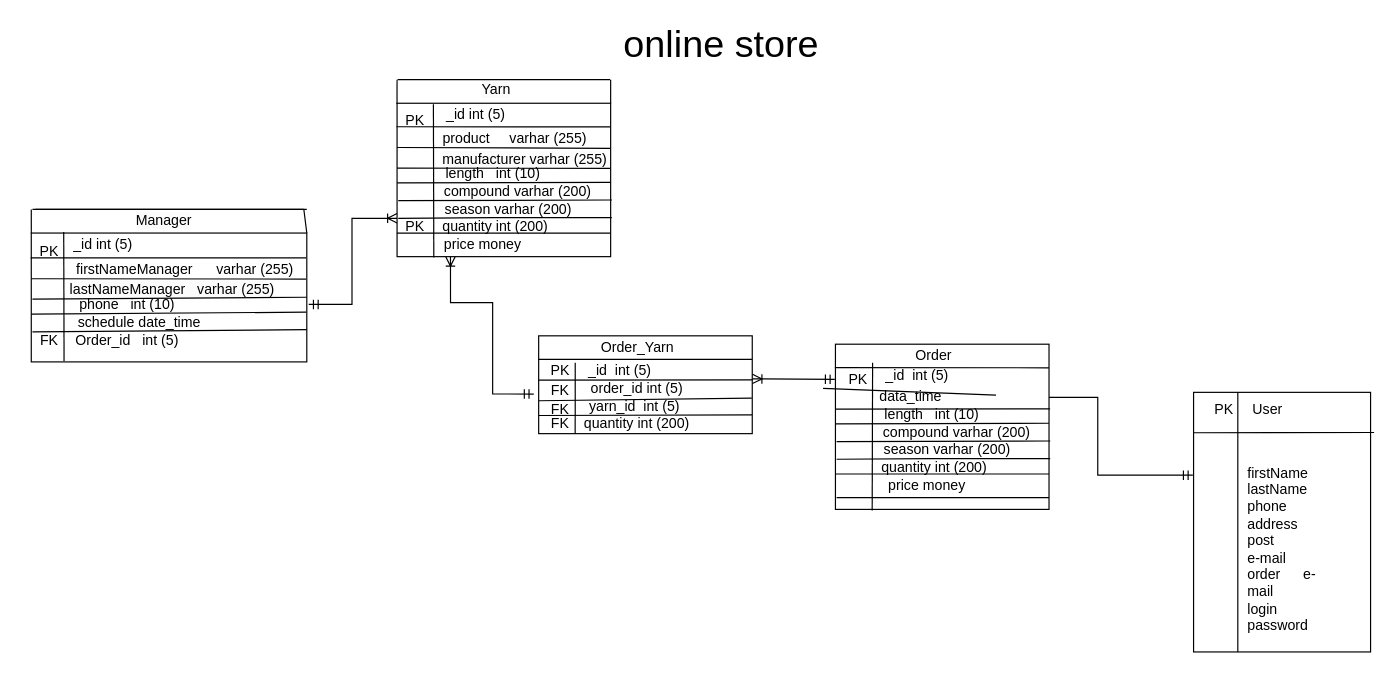
TetianaAvd/Lesson1 keeps this draw.io diagram as online store_study.drawio. Above is the earlier version. Source tidied: cells renumbered, new cells numbered last; positions are measured from the earlier drawing's top-left corner, leaving out a move shared by most shapes. Both pictures are drawn from the tidied source at 118%, with x=0, y=0 at pixel (20, 20).
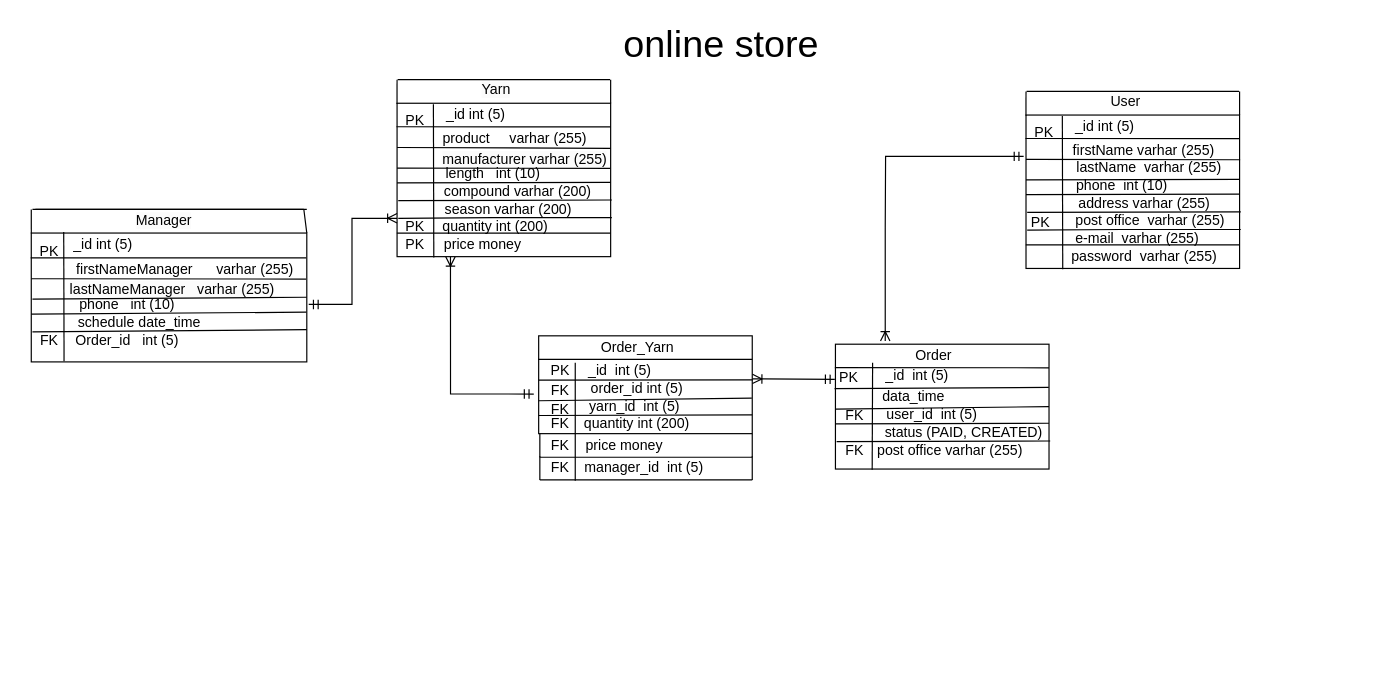
The same page after the edit.

The change refers to these unchanged cells:
```xml
<mxCell id="7" style="rounded=0;whiteSpace=wrap;html=1;" parent="1" vertex="1">
  <mxGeometry x="319" y="70" width="181" height="130" as="geometry" />
</mxCell>
<mxCell id="45" style="rounded=0;whiteSpace=wrap;html=1;" parent="1" vertex="1">
  <mxGeometry x="439" y="267.1" width="181" height="82.9" as="geometry" />
</mxCell>
<mxCell id="55" value="quantity&amp;nbsp;int (200)" style="text;html=1;strokeColor=none;fillColor=none;align=center;verticalAlign=middle;whiteSpace=wrap;rounded=0;" parent="1" vertex="1">
  <mxGeometry x="465" y="327.1" width="115" height="30" as="geometry" />
</mxCell>
<mxCell id="59" value="Order" style="text;html=1;strokeColor=none;fillColor=none;align=center;verticalAlign=middle;whiteSpace=wrap;rounded=0;" parent="1" vertex="1">
  <mxGeometry x="724" y="269.2" width="100" height="30" as="geometry" />
</mxCell>
```

The edit, as a diff of the source:
```diff
@@
-    <mxCell id="2" style="rounded=0;whiteSpace=wrap;html=1;" parent="1" vertex="1">
-      <mxGeometry x="994" y="315" width="150" height="220" as="geometry" />
-    </mxCell>
-    <mxCell id="3" value="User" style="text;html=1;strokeColor=none;fillColor=none;align=center;verticalAlign=middle;whiteSpace=wrap;rounded=0;" parent="1" vertex="1">
-      <mxGeometry x="1027" y="315" width="60" height="30" as="geometry" />
-    </mxCell>
-    <mxCell id="4" style="endArrow=none;html=1;rounded=0;exitX=0.25;exitY=1;exitDx=0;exitDy=0;entryX=0.25;entryY=0;entryDx=0;entryDy=0;" parent="1" edge="1" source="2" target="2">
-      <mxGeometry relative="1" as="geometry" />
-    </mxCell>
-    <mxCell id="5" style="endArrow=none;html=1;rounded=0;exitX=0.064;exitY=1.142;exitDx=0;exitDy=0;exitPerimeter=0;" parent="1" edge="1" source="6">
-      <mxGeometry relative="1" as="geometry">
-        <mxPoint x="1147" y="349" as="targetPoint" />
-      </mxGeometry>
-    </mxCell>
-    <mxCell id="6" value="PK" style="text;html=1;strokeColor=none;fillColor=none;align=center;verticalAlign=middle;whiteSpace=wrap;rounded=0;" parent="1" vertex="1">
-      <mxGeometry x="990" y="315" width="60" height="30" as="geometry" />
-    </mxCell>
@@
-    <mxCell id="10" value="&lt;div style=&quot;text-align: left;&quot;&gt;&lt;span style=&quot;background-color: initial;&quot;&gt;firstName&lt;/span&gt;&lt;/div&gt;&lt;div style=&quot;text-align: left;&quot;&gt;&lt;span style=&quot;background-color: initial;&quot;&gt;lastName&lt;/span&gt;&lt;/div&gt;&lt;div style=&quot;text-align: left;&quot;&gt;&lt;span style=&quot;background-color: initial;&quot;&gt;phone&lt;/span&gt;&lt;/div&gt;&lt;div style=&quot;text-align: left;&quot;&gt;&lt;span style=&quot;background-color: initial;&quot;&gt;address&lt;/span&gt;&lt;/div&gt;&lt;div style=&quot;text-align: left;&quot;&gt;&lt;span style=&quot;background-color: initial;&quot;&gt;post&lt;/span&gt;&lt;/div&gt;&lt;div style=&quot;text-align: left;&quot;&gt;&lt;span style=&quot;background-color: initial;&quot;&gt;e-mail&lt;/span&gt;&lt;/div&gt;&lt;div style=&quot;text-align: justify;&quot;&gt;&lt;span style=&quot;background-color: initial;&quot;&gt;order&amp;nbsp;&lt;/span&gt;e- mail&lt;/div&gt;&lt;div style=&quot;border-color: var(--border-color); text-align: left;&quot;&gt;&lt;span style=&quot;border-color: var(--border-color); background-color: initial;&quot;&gt;login&lt;/span&gt;&lt;/div&gt;&lt;div style=&quot;border-color: var(--border-color); text-align: left;&quot;&gt;&lt;span style=&quot;border-color: var(--border-color); background-color: initial;&quot;&gt;password&lt;/span&gt;&lt;/div&gt;" style="text;html=1;strokeColor=none;fillColor=none;align=center;verticalAlign=middle;whiteSpace=wrap;rounded=0;" parent="1" vertex="1">
-      <mxGeometry x="1039" y="432.5" width="60" height="30" as="geometry" />
-    </mxCell>
@@
     <mxCell id="12" style="endArrow=ERmandOne;html=1;rounded=0;exitX=0.25;exitY=1;exitDx=0;exitDy=0;startArrow=ERoneToMany;startFill=0;endFill=0;entryX=-0.023;entryY=0.595;entryDx=0;entryDy=0;entryPerimeter=0;edgeStyle=orthogonalEdgeStyle;" parent="1" edge="1" source="7" target="45">
       <mxGeometry relative="1" as="geometry">
         <Array as="points">
-          <mxPoint x="364" y="239" />
-          <mxPoint x="400" y="239" />
-          <mxPoint x="400" y="316" />
-          <mxPoint x="435" y="316" />
+          <mxPoint x="364" y="316" />
         </Array>
       </mxGeometry>
     </mxCell>
-    <mxCell id="13" style="endArrow=ERmandOne;html=1;rounded=0;edgeStyle=orthogonalEdgeStyle;startArrow=ERoneToMany;startFill=0;endFill=0;entryX=-0.004;entryY=0.319;entryDx=0;entryDy=0;entryPerimeter=0;" parent="1" edge="1" source="62" target="2">
-      <mxGeometry relative="1" as="geometry" />
+    <mxCell id="13" style="endArrow=ERmandOne;html=1;rounded=0;edgeStyle=orthogonalEdgeStyle;startArrow=ERoneToMany;startFill=0;endFill=0;exitX=0.087;exitY=0.079;exitDx=0;exitDy=0;exitPerimeter=0;" parent="1" edge="1" source="59">
+      <mxGeometry relative="1" as="geometry">
+        <mxPoint x="850" y="115" as="targetPoint" />
+        <Array as="points">
+          <mxPoint x="733" y="175" />
+          <mxPoint x="733" y="115" />
+        </Array>
+      </mxGeometry>
     </mxCell>
@@
     <mxCell id="56" style="rounded=0;whiteSpace=wrap;html=1;" parent="1" vertex="1">
-      <mxGeometry x="690.5" y="274.2" width="181" height="140" as="geometry" />
+      <mxGeometry x="690.5" y="274.2" width="181" height="105.8" as="geometry" />
     </mxCell>
@@
-    <mxCell id="60" style="endArrow=none;html=1;rounded=0;exitX=0;exitY=0.75;exitDx=0;exitDy=0;entryX=0.968;entryY=0.44;entryDx=0;entryDy=0;entryPerimeter=0;" parent="1" edge="1" target="62">
-      <mxGeometry relative="1" as="geometry">
-        <mxPoint x="680" y="311.7" as="sourcePoint" />
-      </mxGeometry>
+    <mxCell id="60" style="endArrow=none;html=1;rounded=0;exitX=0.109;exitY=0.951;exitDx=0;exitDy=0;entryX=0.999;entryY=0.346;entryDx=0;entryDy=0;exitPerimeter=0;entryPerimeter=0;" parent="1" edge="1" source="89" target="56">
+      <mxGeometry relative="1" as="geometry" />
     </mxCell>
@@
     <mxCell id="62" value="data_time" style="text;html=1;strokeColor=none;fillColor=none;align=center;verticalAlign=middle;whiteSpace=wrap;rounded=0;" parent="1" vertex="1">
-      <mxGeometry x="676.5" y="304.2" width="155" height="30" as="geometry" />
+      <mxGeometry x="681.5" y="304.2" width="150" height="30" as="geometry" />
     </mxCell>
@@
-    <mxCell id="64" value="length&amp;nbsp; &amp;nbsp;int (10)" style="text;html=1;strokeColor=none;fillColor=none;align=center;verticalAlign=middle;whiteSpace=wrap;rounded=0;" parent="1" vertex="1">
+    <mxCell id="64" value="user_id&amp;nbsp; int (5)" style="text;html=1;strokeColor=none;fillColor=none;align=center;verticalAlign=middle;whiteSpace=wrap;rounded=0;" parent="1" vertex="1">
       <mxGeometry x="721.5" y="319.2" width="101" height="30" as="geometry" />
     </mxCell>
@@
-    <mxCell id="66" value="compound varhar (200)" style="text;html=1;strokeColor=none;fillColor=none;align=center;verticalAlign=middle;whiteSpace=wrap;rounded=0;" parent="1" vertex="1">
-      <mxGeometry x="727.5" y="334.2" width="131" height="30" as="geometry" />
+    <mxCell id="66" value="status (PAID, CREATED)" style="text;html=1;strokeColor=none;fillColor=none;align=center;verticalAlign=middle;whiteSpace=wrap;rounded=0;" parent="1" vertex="1">
+      <mxGeometry x="727.5" y="334.2" width="142.5" height="30" as="geometry" />
     </mxCell>
-    <mxCell id="67" style="endArrow=none;html=1;rounded=0;exitX=0;exitY=0.75;exitDx=0;exitDy=0;entryX=1.008;entryY=0.199;entryDx=0;entryDy=0;entryPerimeter=0;" parent="1" edge="1">
-      <mxGeometry relative="1" as="geometry">
-        <mxPoint x="691.5" y="371.7" as="sourcePoint" />
-        <mxPoint x="872.5" y="371.2" as="targetPoint" />
-        <Array as="points">
-          <mxPoint x="771.5" y="371.2" />
-        </Array>
-      </mxGeometry>
-    </mxCell>
-    <mxCell id="68" value="season varhar&amp;nbsp;(200)" style="text;html=1;strokeColor=none;fillColor=none;align=center;verticalAlign=middle;whiteSpace=wrap;rounded=0;" parent="1" vertex="1">
-      <mxGeometry x="727.5" y="349.2" width="115" height="30" as="geometry" />
-    </mxCell>
-    <mxCell id="69" style="endArrow=none;html=1;rounded=0;exitX=0;exitY=0.75;exitDx=0;exitDy=0;entryX=1.005;entryY=0.391;entryDx=0;entryDy=0;entryPerimeter=0;" parent="1" edge="1" target="56">
+    <mxCell id="69" style="endArrow=none;html=1;rounded=0;exitX=0;exitY=0.75;exitDx=0;exitDy=0;entryX=1;entryY=0.5;entryDx=0;entryDy=0;" parent="1" edge="1" target="56">
       <mxGeometry relative="1" as="geometry">
         <mxPoint x="690.5" y="329.2" as="sourcePoint" />
       </mxGeometry>
     </mxCell>
-    <mxCell id="70" value="quantity&amp;nbsp;int (200)" style="text;html=1;strokeColor=none;fillColor=none;align=center;verticalAlign=middle;whiteSpace=wrap;rounded=0;" parent="1" vertex="1">
-      <mxGeometry x="716.5" y="364.2" width="115" height="30" as="geometry" />
-    </mxCell>
-    <mxCell id="71" style="endArrow=none;html=1;rounded=0;exitX=-0.004;exitY=0.853;exitDx=0;exitDy=0;exitPerimeter=0;" parent="1" edge="1">
-      <mxGeometry relative="1" as="geometry">
-        <mxPoint x="690.3" y="384.2" as="sourcePoint" />
-        <mxPoint x="871.5" y="384.2" as="targetPoint" />
-      </mxGeometry>
-    </mxCell>
-    <mxCell id="72" style="endArrow=none;html=1;rounded=0;" parent="1" edge="1">
-      <mxGeometry relative="1" as="geometry">
-        <mxPoint x="691.5" y="404.2" as="sourcePoint" />
-        <mxPoint x="871.5" y="404.2" as="targetPoint" />
-      </mxGeometry>
-    </mxCell>
-    <mxCell id="73" value="price money&amp;nbsp;" style="text;html=1;strokeColor=none;fillColor=none;align=center;verticalAlign=middle;whiteSpace=wrap;rounded=0;" parent="1" vertex="1">
-      <mxGeometry x="707.5" y="379.2" width="124" height="30" as="geometry" />
+    <mxCell id="73" value="post office varhar (255)&amp;nbsp;" style="text;html=1;strokeColor=none;fillColor=none;align=center;verticalAlign=middle;whiteSpace=wrap;rounded=0;" parent="1" vertex="1">
+      <mxGeometry x="707.5" y="350" width="162.5" height="30" as="geometry" />
     </mxCell>
@@
-    <mxCell id="84" style="endArrow=none;html=1;rounded=0;exitX=0.043;exitY=0.764;exitDx=0;exitDy=0;exitPerimeter=0;" parent="1" edge="1" source="55">
+    <mxCell id="84" style="endArrow=none;html=1;rounded=0;" parent="1" edge="1">
       <mxGeometry relative="1" as="geometry">
+        <mxPoint x="470" y="390" as="sourcePoint" />
         <mxPoint x="470" y="290" as="targetPoint" />
       </mxGeometry>
     </mxCell>
@@
     <mxCell id="89" value="PK" style="text;html=1;strokeColor=none;fillColor=none;align=center;verticalAlign=middle;whiteSpace=wrap;rounded=0;" parent="1" vertex="1">
-      <mxGeometry x="680" y="289.2" width="60" height="30" as="geometry" />
+      <mxGeometry x="686.5" y="292.1" width="30" height="20.8" as="geometry" />
     </mxCell>
+    <mxCell id="90" value="FK" style="text;html=1;strokeColor=none;fillColor=none;align=center;verticalAlign=middle;whiteSpace=wrap;rounded=0;" parent="1" vertex="1">
+      <mxGeometry x="691.5" y="324.2" width="30" height="20.8" as="geometry" />
+    </mxCell>
+    <mxCell id="91" value="PK" style="text;html=1;strokeColor=none;fillColor=none;align=center;verticalAlign=middle;whiteSpace=wrap;rounded=0;" parent="1" vertex="1">
+      <mxGeometry x="310" y="175" width="49" height="30" as="geometry" />
+    </mxCell>
+    <mxCell id="92" value="price money&amp;nbsp;" style="text;html=1;strokeColor=none;fillColor=none;align=center;verticalAlign=middle;whiteSpace=wrap;rounded=0;" parent="1" vertex="1">
+      <mxGeometry x="456" y="345" width="115" height="30" as="geometry" />
+    </mxCell>
+    <mxCell id="93" value="FK" style="text;html=1;strokeColor=none;fillColor=none;align=center;verticalAlign=middle;whiteSpace=wrap;rounded=0;" parent="1" vertex="1">
+      <mxGeometry x="433" y="345" width="49" height="30" as="geometry" />
+    </mxCell>
+    <mxCell id="94" style="endArrow=none;html=1;rounded=0;exitX=0.143;exitY=0.167;exitDx=0;exitDy=0;exitPerimeter=0;" parent="1" edge="1" source="93">
+      <mxGeometry relative="1" as="geometry">
+        <mxPoint x="440" y="370" as="targetPoint" />
+      </mxGeometry>
+    </mxCell>
+    <mxCell id="95" style="endArrow=none;html=1;rounded=0;entryX=1;entryY=1;entryDx=0;entryDy=0;" parent="1" edge="1" target="45">
+      <mxGeometry relative="1" as="geometry">
+        <mxPoint x="620" y="370" as="sourcePoint" />
+      </mxGeometry>
+    </mxCell>
+    <mxCell id="96" style="endArrow=none;html=1;rounded=0;" parent="1" edge="1">
+      <mxGeometry relative="1" as="geometry">
+        <mxPoint x="440" y="370" as="sourcePoint" />
+        <mxPoint x="620" y="370" as="targetPoint" />
+      </mxGeometry>
+    </mxCell>
+    <mxCell id="97" value="manager_id&amp;nbsp; int (5)" style="text;html=1;strokeColor=none;fillColor=none;align=center;verticalAlign=middle;whiteSpace=wrap;rounded=0;" parent="1" vertex="1">
+      <mxGeometry x="471" y="364.2" width="115" height="30" as="geometry" />
+    </mxCell>
+    <mxCell id="98" value="FK" style="text;html=1;strokeColor=none;fillColor=none;align=center;verticalAlign=middle;whiteSpace=wrap;rounded=0;" parent="1" vertex="1">
+      <mxGeometry x="433" y="364.2" width="49" height="30" as="geometry" />
+    </mxCell>
+    <mxCell id="99" style="endArrow=none;html=1;rounded=0;exitX=0.143;exitY=0.167;exitDx=0;exitDy=0;exitPerimeter=0;" parent="1" edge="1" source="98">
+      <mxGeometry relative="1" as="geometry">
+        <mxPoint x="440" y="389.2" as="targetPoint" />
+      </mxGeometry>
+    </mxCell>
+    <mxCell id="100" style="endArrow=none;html=1;rounded=0;entryX=1;entryY=1;entryDx=0;entryDy=0;" parent="1" edge="1">
+      <mxGeometry relative="1" as="geometry">
+        <mxPoint x="620" y="389.2" as="sourcePoint" />
+        <mxPoint x="620" y="369.2" as="targetPoint" />
+      </mxGeometry>
+    </mxCell>
+    <mxCell id="101" style="endArrow=none;html=1;rounded=0;" parent="1" edge="1">
+      <mxGeometry relative="1" as="geometry">
+        <mxPoint x="440" y="389.2" as="sourcePoint" />
+        <mxPoint x="620" y="389.2" as="targetPoint" />
+      </mxGeometry>
+    </mxCell>
+    <mxCell id="102" value="FK" style="text;html=1;strokeColor=none;fillColor=none;align=center;verticalAlign=middle;whiteSpace=wrap;rounded=0;" parent="1" vertex="1">
+      <mxGeometry x="691.5" y="354.6" width="30" height="20.8" as="geometry" />
+    </mxCell>
+    <mxCell id="103" style="rounded=0;whiteSpace=wrap;html=1;" parent="1" vertex="1">
+      <mxGeometry x="852" y="80" width="181" height="130" as="geometry" />
+    </mxCell>
+    <mxCell id="104" style="endArrow=none;html=1;rounded=0;exitX=0.172;exitY=1.006;exitDx=0;exitDy=0;entryX=0.812;entryY=0.027;entryDx=0;entryDy=0;exitPerimeter=0;entryPerimeter=0;" parent="1" edge="1" source="103" target="105">
+      <mxGeometry relative="1" as="geometry" />
+    </mxCell>
+    <mxCell id="105" value="PK" style="text;html=1;strokeColor=none;fillColor=none;align=center;verticalAlign=middle;whiteSpace=wrap;rounded=0;" parent="1" vertex="1">
+      <mxGeometry x="843" y="80" width="49" height="30" as="geometry" />
+    </mxCell>
+    <mxCell id="106" style="endArrow=none;html=1;rounded=0;exitX=0.204;exitY=0.667;exitDx=0;exitDy=0;exitPerimeter=0;" parent="1" edge="1">
+      <mxGeometry relative="1" as="geometry">
+        <mxPoint x="851.5" y="99.9" as="sourcePoint" />
+        <mxPoint x="1033" y="100" as="targetPoint" />
+      </mxGeometry>
+    </mxCell>
+    <mxCell id="107" value="_id int (5)" style="text;html=1;strokeColor=none;fillColor=none;align=center;verticalAlign=middle;whiteSpace=wrap;rounded=0;" parent="1" vertex="1">
+      <mxGeometry x="869" y="75" width="100" height="30" as="geometry" />
+    </mxCell>
+    <mxCell id="108" style="endArrow=none;html=1;rounded=0;exitX=0;exitY=0.75;exitDx=0;exitDy=0;entryX=0.987;entryY=0.263;entryDx=0;entryDy=0;entryPerimeter=0;" parent="1" edge="1" target="110">
+      <mxGeometry relative="1" as="geometry">
+        <mxPoint x="852" y="117.5" as="sourcePoint" />
+      </mxGeometry>
+    </mxCell>
+    <mxCell id="109" value="firstName varhar (255)" style="text;html=1;strokeColor=none;fillColor=none;align=center;verticalAlign=middle;whiteSpace=wrap;rounded=0;" parent="1" vertex="1">
+      <mxGeometry x="889" y="95" width="126" height="30" as="geometry" />
+    </mxCell>
+    <mxCell id="110" value="lastName&amp;nbsp; varhar (255)" style="text;html=1;strokeColor=none;fillColor=none;align=center;verticalAlign=middle;whiteSpace=wrap;rounded=0;" parent="1" vertex="1">
+      <mxGeometry x="877" y="110" width="158.5" height="30" as="geometry" />
+    </mxCell>
+    <mxCell id="111" style="endArrow=none;html=1;rounded=0;exitX=0;exitY=0.75;exitDx=0;exitDy=0;entryX=1.008;entryY=0.199;entryDx=0;entryDy=0;entryPerimeter=0;" parent="1" edge="1">
+      <mxGeometry relative="1" as="geometry">
+        <mxPoint x="852" y="147.5" as="sourcePoint" />
+        <mxPoint x="1033" y="147" as="targetPoint" />
+      </mxGeometry>
+    </mxCell>
+    <mxCell id="112" value="phone&amp;nbsp; int (10)" style="text;html=1;strokeColor=none;fillColor=none;align=center;verticalAlign=middle;whiteSpace=wrap;rounded=0;" parent="1" vertex="1">
+      <mxGeometry x="883" y="125" width="101" height="30" as="geometry" />
+    </mxCell>
+    <mxCell id="113" style="endArrow=none;html=1;rounded=0;exitX=0;exitY=0.75;exitDx=0;exitDy=0;entryX=1.008;entryY=0.199;entryDx=0;entryDy=0;entryPerimeter=0;" parent="1" edge="1">
+      <mxGeometry relative="1" as="geometry">
+        <mxPoint x="853" y="162.5" as="sourcePoint" />
+        <mxPoint x="1034" y="162" as="targetPoint" />
+      </mxGeometry>
+    </mxCell>
+    <mxCell id="114" value="address varhar (255)" style="text;html=1;strokeColor=none;fillColor=none;align=center;verticalAlign=middle;whiteSpace=wrap;rounded=0;" parent="1" vertex="1">
+      <mxGeometry x="886.5" y="140" width="131" height="30" as="geometry" />
+    </mxCell>
+    <mxCell id="115" style="endArrow=none;html=1;rounded=0;exitX=0;exitY=0.75;exitDx=0;exitDy=0;entryX=1.008;entryY=0.199;entryDx=0;entryDy=0;entryPerimeter=0;" parent="1" edge="1">
+      <mxGeometry relative="1" as="geometry">
+        <mxPoint x="853" y="177.5" as="sourcePoint" />
+        <mxPoint x="1034" y="177" as="targetPoint" />
+        <Array as="points">
+          <mxPoint x="933" y="177" />
+        </Array>
+      </mxGeometry>
+    </mxCell>
+    <mxCell id="116" value="post office&amp;nbsp; varhar (255)" style="text;html=1;strokeColor=none;fillColor=none;align=center;verticalAlign=middle;whiteSpace=wrap;rounded=0;" parent="1" vertex="1">
+      <mxGeometry x="889" y="155" width="136.5" height="30" as="geometry" />
+    </mxCell>
+    <mxCell id="117" style="endArrow=none;html=1;rounded=0;exitX=0;exitY=0.75;exitDx=0;exitDy=0;entryX=0.985;entryY=0.816;entryDx=0;entryDy=0;entryPerimeter=0;" parent="1" edge="1" target="110">
+      <mxGeometry relative="1" as="geometry">
+        <mxPoint x="852" y="135" as="sourcePoint" />
+      </mxGeometry>
+    </mxCell>
+    <mxCell id="118" value="e-mail&amp;nbsp; varhar (255)" style="text;html=1;strokeColor=none;fillColor=none;align=center;verticalAlign=middle;whiteSpace=wrap;rounded=0;" parent="1" vertex="1">
+      <mxGeometry x="889" y="170" width="115" height="30" as="geometry" />
+    </mxCell>
+    <mxCell id="119" style="endArrow=none;html=1;rounded=0;exitX=-0.004;exitY=0.853;exitDx=0;exitDy=0;exitPerimeter=0;" parent="1" edge="1">
+      <mxGeometry relative="1" as="geometry">
+        <mxPoint x="851.8" y="190" as="sourcePoint" />
+        <mxPoint x="1033" y="190" as="targetPoint" />
+      </mxGeometry>
+    </mxCell>
+    <mxCell id="120" value="password&amp;nbsp; varhar (255)" style="text;html=1;strokeColor=none;fillColor=none;align=center;verticalAlign=middle;whiteSpace=wrap;rounded=0;" parent="1" vertex="1">
+      <mxGeometry x="889" y="185" width="126.5" height="30" as="geometry" />
+    </mxCell>
+    <mxCell id="121" style="endArrow=none;html=1;rounded=0;exitX=0.183;exitY=0.02;exitDx=0;exitDy=0;exitPerimeter=0;" parent="1" edge="1" source="105">
+      <mxGeometry relative="1" as="geometry">
+        <mxPoint x="852" y="60" as="targetPoint" />
+      </mxGeometry>
+    </mxCell>
+    <mxCell id="122" style="endArrow=none;html=1;rounded=0;exitX=1;exitY=0;exitDx=0;exitDy=0;" parent="1" edge="1" source="103">
+      <mxGeometry relative="1" as="geometry">
+        <mxPoint x="1033" y="60" as="targetPoint" />
+      </mxGeometry>
+    </mxCell>
+    <mxCell id="123" style="endArrow=none;html=1;rounded=0;" parent="1" edge="1">
+      <mxGeometry relative="1" as="geometry">
+        <mxPoint x="852.5" y="60" as="sourcePoint" />
+        <mxPoint x="1032.5" y="60" as="targetPoint" />
+        <Array as="points">
+          <mxPoint x="942.5" y="60" />
+        </Array>
+      </mxGeometry>
+    </mxCell>
+    <mxCell id="3" value="&lt;span style=&quot;color: rgb(0, 0, 0); font-family: Helvetica; font-size: 12px; font-style: normal; font-variant-ligatures: normal; font-variant-caps: normal; font-weight: 400; letter-spacing: normal; orphans: 2; text-align: center; text-indent: 0px; text-transform: none; widows: 2; word-spacing: 0px; -webkit-text-stroke-width: 0px; background-color: rgb(251, 251, 251); text-decoration-thickness: initial; text-decoration-style: initial; text-decoration-color: initial; float: none; display: inline !important;&quot;&gt;User&lt;/span&gt;" style="text;whiteSpace=wrap;html=1;" parent="1" vertex="1">
+      <mxGeometry x="922" y="55" width="60" height="40" as="geometry" />
+    </mxCell>
+    <mxCell id="124" value="PK" style="text;html=1;strokeColor=none;fillColor=none;align=center;verticalAlign=middle;whiteSpace=wrap;rounded=0;" parent="1" vertex="1">
+      <mxGeometry x="840" y="156.3" width="49" height="30" as="geometry" />
+    </mxCell>
```
